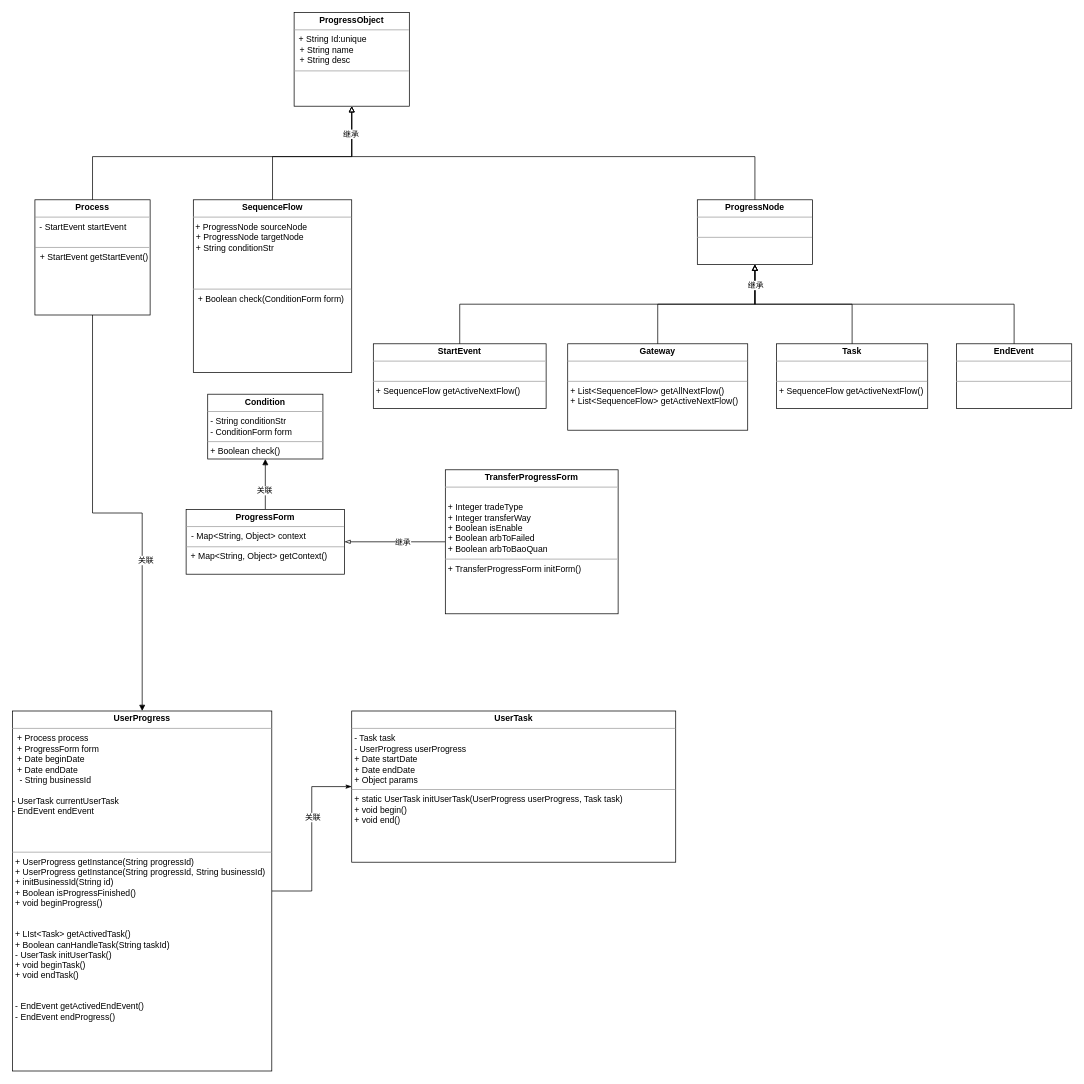
specialnote/diagrams keeps this draw.io diagram as 20221110-优信拍售后过户流程设计.drawio. Above is the earlier version. Source tidied: cells renumbered, new cells numbered last; positions are measured from the earlier drawing's top-left corner, leaving out a move shared by most shapes. Both pictures are drawn from the tidied source at 72%, with x=0, y=0 at pixel (12, 12).
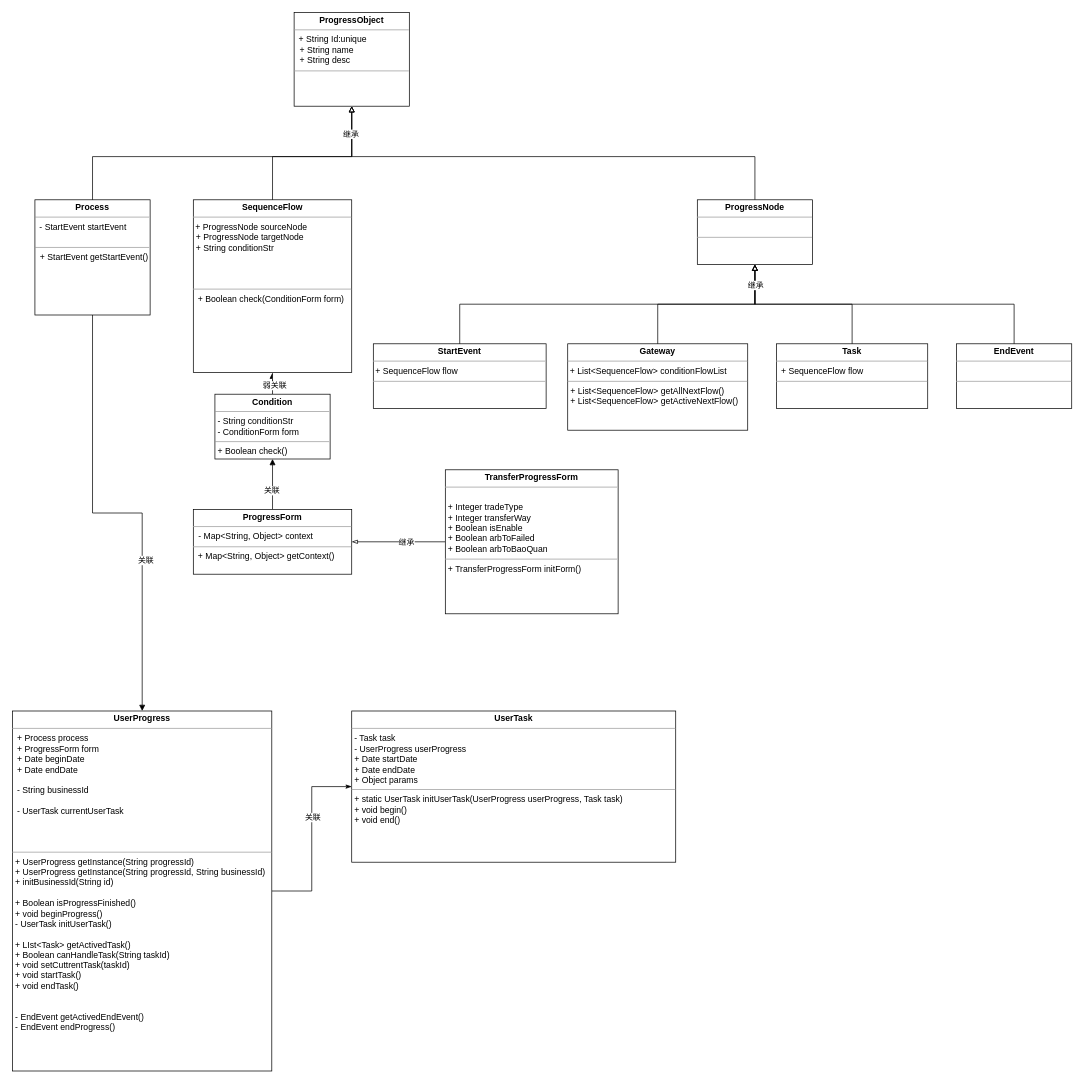
Above is the later version.

Commit message (it also covers changes not shown here):
Update 20221110-优信拍售后过户流程设计.drawio

The change refers to these unchanged cells:
```xml
<mxCell id="2" value="&lt;p style=&quot;margin:0px;margin-top:4px;text-align:center;&quot;&gt;&lt;b&gt;SequenceFlow&lt;/b&gt;&lt;br&gt;&lt;/p&gt;&lt;hr size=&quot;1&quot;&gt;&amp;nbsp;+ ProgressNode sourceNode&lt;p style=&quot;margin:0px;margin-left:4px;&quot;&gt;+ ProgressNode targetNode&lt;br&gt;+ String conditionStr&lt;br&gt;&lt;/p&gt;&lt;p style=&quot;margin:0px;margin-left:4px;&quot;&gt;&lt;br&gt;&lt;/p&gt;&lt;p style=&quot;margin:0px;margin-left:4px;&quot;&gt;&lt;br&gt;&lt;/p&gt;&lt;p style=&quot;margin:0px;margin-left:4px;&quot;&gt;&lt;br&gt;&lt;/p&gt;&lt;hr size=&quot;1&quot;&gt;&lt;div&gt;&amp;nbsp; + Boolean check(ConditionForm form)&lt;/div&gt;" style="verticalAlign=top;align=left;overflow=fill;fontSize=12;fontFamily=Helvetica;html=1;" parent="1" vertex="1">
  <mxGeometry x="251" y="260" width="220" height="240" as="geometry" />
</mxCell>
```

What changed in the source:
```diff
@@
+    <mxCell id="32" style="edgeStyle=orthogonalEdgeStyle;rounded=0;jettySize=auto;html=1;startArrow=none;startFill=0;endArrow=async;endFill=1;" parent="1" edge="1" source="5" target="2">
+      <mxGeometry relative="1" as="geometry" />
+    </mxCell>
+    <mxCell id="33" value="弱关联" style="edgeLabel;html=1;align=center;verticalAlign=middle;" parent="32" vertex="1">
+      <mxGeometry x="0.32" y="-2" relative="1" as="geometry" />
+    </mxCell>
     <mxCell id="5" value="&lt;p style=&quot;margin:0px;margin-top:4px;text-align:center;&quot;&gt;&lt;b&gt;Condition&lt;/b&gt;&lt;br&gt;&lt;/p&gt;&lt;hr size=&quot;1&quot;&gt;&lt;p style=&quot;margin:0px;margin-left:4px;&quot;&gt;- String conditionStr&lt;/p&gt;&lt;p style=&quot;margin:0px;margin-left:4px;&quot;&gt;- ConditionForm form&lt;br&gt;&lt;/p&gt;&lt;hr size=&quot;1&quot;&gt;&lt;p style=&quot;margin:0px;margin-left:4px;&quot;&gt;+ Boolean check()&lt;br&gt;&lt;/p&gt;" style="verticalAlign=top;align=left;overflow=fill;fontSize=12;fontFamily=Helvetica;html=1;" parent="1" vertex="1">
-      <mxGeometry x="271" y="530" width="160" height="90" as="geometry" />
+      <mxGeometry x="281" y="530" width="160" height="90" as="geometry" />
     </mxCell>
@@
-    <mxCell id="12" value="&lt;p style=&quot;margin:0px;margin-top:4px;text-align:center;&quot;&gt;&lt;b&gt;StartEvent&lt;/b&gt;&lt;br&gt;&lt;/p&gt;&lt;hr size=&quot;1&quot;&gt;&lt;br&gt;&lt;hr size=&quot;1&quot;&gt;&lt;p style=&quot;margin:0px;margin-left:4px;&quot;&gt;+ SequenceFlow getActiveNextFlow()&lt;/p&gt;" style="verticalAlign=top;align=left;overflow=fill;fontSize=12;fontFamily=Helvetica;html=1;" parent="1" vertex="1">
+    <mxCell id="12" value="&lt;p style=&quot;margin:0px;margin-top:4px;text-align:center;&quot;&gt;&lt;b&gt;StartEvent&lt;/b&gt;&lt;br&gt;&lt;/p&gt;&lt;hr size=&quot;1&quot;&gt;&amp;nbsp;+ SequenceFlow flow&lt;br&gt;&lt;hr size=&quot;1&quot;&gt;&lt;p style=&quot;margin:0px;margin-left:4px;&quot;&gt;&lt;br&gt;&lt;/p&gt;" style="verticalAlign=top;align=left;overflow=fill;fontSize=12;fontFamily=Helvetica;html=1;" parent="1" vertex="1">
       <mxGeometry x="501" y="460" width="240" height="90" as="geometry" />
     </mxCell>
@@
     <mxCell id="19" value="&lt;p style=&quot;margin:0px;margin-top:4px;text-align:center;&quot;&gt;&lt;b&gt;ProgressForm&lt;/b&gt;&lt;br&gt;&lt;/p&gt;&lt;hr size=&quot;1&quot;&gt;&lt;p style=&quot;margin:0px;margin-left:4px;&quot;&gt;&amp;nbsp;- Map&amp;lt;String, Object&amp;gt; context&lt;br&gt;&lt;/p&gt;&lt;hr size=&quot;1&quot;&gt;&amp;nbsp; + Map&amp;lt;String, Object&amp;gt; getContext()" style="verticalAlign=top;align=left;overflow=fill;fontSize=12;fontFamily=Helvetica;html=1;" parent="1" vertex="1">
-      <mxGeometry x="241" y="690" width="220" height="90" as="geometry" />
+      <mxGeometry x="251" y="690" width="220" height="90" as="geometry" />
     </mxCell>
@@
-    <mxCell id="22" value="&lt;p style=&quot;margin:0px;margin-top:4px;text-align:center;&quot;&gt;&lt;b&gt;UserProgress&lt;/b&gt;&lt;/p&gt;&lt;hr size=&quot;1&quot;&gt;&lt;div&gt;&amp;nbsp; + Process process&lt;br&gt;&amp;nbsp; + ProgressForm form&lt;br&gt;&amp;nbsp; + Date beginDate&lt;br&gt;&amp;nbsp; + Date endDate&lt;br&gt;&amp;nbsp;&amp;nbsp; - String businessId&lt;/div&gt;&lt;div&gt;&amp;nbsp; &lt;br&gt;&lt;/div&gt;&lt;div&gt;- UserTask currentUserTask&lt;/div&gt;&lt;div&gt;- EndEvent endEvent&lt;br&gt;&lt;/div&gt;&lt;div&gt;&amp;nbsp; &lt;br&gt;&lt;/div&gt;&lt;div&gt;&amp;nbsp; &lt;br&gt;&lt;/div&gt;&lt;p style=&quot;margin:0px;margin-left:8px;&quot;&gt;&lt;br&gt;&lt;/p&gt;&lt;hr size=&quot;1&quot;&gt;&lt;p style=&quot;margin:0px;margin-left:4px;&quot;&gt;+ UserProgress getInstance(String progressId)&lt;/p&gt;&lt;p style=&quot;margin:0px;margin-left:4px;&quot;&gt;+ UserProgress getInstance(String progressId, String businessId)&lt;/p&gt;&lt;p style=&quot;margin:0px;margin-left:4px;&quot;&gt;+ initBusinessId(String id)&lt;/p&gt;&lt;p style=&quot;margin:0px;margin-left:4px;&quot;&gt;+ Boolean isProgressFinished()&lt;br&gt;&lt;/p&gt;&lt;p style=&quot;margin:0px;margin-left:4px;&quot;&gt; + void beginProgress()&lt;/p&gt;&lt;p style=&quot;margin:0px;margin-left:4px;&quot;&gt;&lt;br&gt;&lt;/p&gt;&lt;p style=&quot;margin:0px;margin-left:4px;&quot;&gt;&lt;br&gt;&lt;/p&gt;&lt;p style=&quot;margin:0px;margin-left:4px;&quot;&gt;+ LIst&amp;lt;Task&amp;gt; getActivedTask()&lt;/p&gt;&lt;p style=&quot;margin:0px;margin-left:4px;&quot;&gt;+ Boolean canHandleTask(String taskId)&lt;/p&gt;&lt;p style=&quot;margin:0px;margin-left:4px;&quot;&gt;- UserTask initUserTask()&lt;br&gt;&lt;/p&gt;&lt;p style=&quot;margin:0px;margin-left:4px;&quot;&gt;&lt;/p&gt;&lt;p style=&quot;margin:0px;margin-left:4px;&quot;&gt;+ void beginTask()&lt;/p&gt;&lt;p style=&quot;margin:0px;margin-left:4px;&quot;&gt;+ void endTask()&lt;/p&gt;&lt;p style=&quot;margin:0px;margin-left:4px;&quot;&gt;&lt;br&gt;&lt;/p&gt;&lt;p style=&quot;margin:0px;margin-left:4px;&quot;&gt;&lt;br&gt;&lt;/p&gt;&lt;p style=&quot;margin:0px;margin-left:4px;&quot;&gt;- EndEvent getActivedEndEvent()&lt;/p&gt;&lt;p style=&quot;margin:0px;margin-left:4px;&quot;&gt;- EndEvent endProgress()&lt;/p&gt;" style="verticalAlign=top;align=left;overflow=fill;fontSize=12;fontFamily=Helvetica;html=1;" parent="1" vertex="1">
+    <mxCell id="22" value="&lt;p style=&quot;margin:0px;margin-top:4px;text-align:center;&quot;&gt;&lt;b&gt;UserProgress&lt;/b&gt;&lt;/p&gt;&lt;hr size=&quot;1&quot;&gt;&lt;div&gt;&amp;nbsp; + Process process&lt;br&gt;&amp;nbsp; + ProgressForm form&lt;br&gt;&amp;nbsp; + Date beginDate&lt;br&gt;&amp;nbsp; + Date endDate&lt;/div&gt;&lt;div&gt;&lt;br&gt;&lt;/div&gt;&lt;div&gt;&amp;nbsp; - String businessId&lt;/div&gt;&lt;div&gt;&amp;nbsp; &lt;br&gt;&lt;/div&gt;&lt;div&gt;&amp;nbsp; - UserTask currentUserTask&lt;/div&gt;&lt;div&gt;&amp;nbsp; &lt;br&gt;&lt;/div&gt;&lt;div&gt;&amp;nbsp; &lt;br&gt;&lt;/div&gt;&lt;p style=&quot;margin:0px;margin-left:8px;&quot;&gt;&lt;br&gt;&lt;/p&gt;&lt;hr size=&quot;1&quot;&gt;&lt;p style=&quot;margin:0px;margin-left:4px;&quot;&gt;+ UserProgress getInstance(String progressId)&lt;/p&gt;&lt;p style=&quot;margin:0px;margin-left:4px;&quot;&gt;+ UserProgress getInstance(String progressId, String businessId)&lt;/p&gt;&lt;p style=&quot;margin:0px;margin-left:4px;&quot;&gt;+ initBusinessId(String id)&lt;/p&gt;&lt;p style=&quot;margin:0px;margin-left:4px;&quot;&gt;&lt;br&gt;&lt;/p&gt;&lt;p style=&quot;margin:0px;margin-left:4px;&quot;&gt;+ Boolean isProgressFinished()&lt;br&gt;&lt;/p&gt;&lt;p style=&quot;margin:0px;margin-left:4px;&quot;&gt; + void beginProgress()&lt;/p&gt;&lt;p style=&quot;margin:0px;margin-left:4px;&quot;&gt;- UserTask initUserTask()&lt;/p&gt;&lt;p style=&quot;margin:0px;margin-left:4px;&quot;&gt;&lt;br&gt;&lt;/p&gt;&lt;p style=&quot;margin:0px;margin-left:4px;&quot;&gt;+ LIst&amp;lt;Task&amp;gt; getActivedTask()&lt;/p&gt;&lt;p style=&quot;margin:0px;margin-left:4px;&quot;&gt;+ Boolean canHandleTask(String taskId)&lt;br&gt;+ void setCuttrentTask(taskId)&lt;br&gt;&lt;/p&gt;&lt;p style=&quot;margin:0px;margin-left:4px;&quot;&gt;&lt;/p&gt;&lt;p style=&quot;margin:0px;margin-left:4px;&quot;&gt;+ void startTask()&lt;/p&gt;&lt;p style=&quot;margin:0px;margin-left:4px;&quot;&gt;+ void endTask()&lt;/p&gt;&lt;p style=&quot;margin:0px;margin-left:4px;&quot;&gt;&lt;br&gt;&lt;/p&gt;&lt;p style=&quot;margin:0px;margin-left:4px;&quot;&gt;&lt;br&gt;&lt;/p&gt;&lt;p style=&quot;margin:0px;margin-left:4px;&quot;&gt;- EndEvent getActivedEndEvent()&lt;/p&gt;&lt;p style=&quot;margin:0px;margin-left:4px;&quot;&gt;- EndEvent endProgress()&lt;/p&gt;" style="verticalAlign=top;align=left;overflow=fill;fontSize=12;fontFamily=Helvetica;html=1;" parent="1" vertex="1">
       <mxGeometry y="970" width="360" height="500" as="geometry" />
     </mxCell>
-    <mxCell id="23" value="&lt;p style=&quot;margin:0px;margin-top:4px;text-align:center;&quot;&gt;&lt;b&gt;Gateway&lt;/b&gt;&lt;br&gt;&lt;/p&gt;&lt;hr size=&quot;1&quot;&gt;&lt;br&gt;&lt;hr size=&quot;1&quot;&gt;&lt;p style=&quot;margin:0px;margin-left:4px;&quot;&gt;+ List&amp;lt;SequenceFlow&amp;gt; getAllNextFlow()&lt;br&gt;+ List&amp;lt;SequenceFlow&amp;gt; getActiveNextFlow()&lt;/p&gt;&lt;p style=&quot;margin:0px;margin-left:4px;&quot;&gt;&lt;br&gt;&lt;br&gt;&lt;/p&gt;&lt;p style=&quot;margin:0px;margin-left:4px;&quot;&gt;&lt;/p&gt;" style="verticalAlign=top;align=left;overflow=fill;fontSize=12;fontFamily=Helvetica;html=1;" parent="1" vertex="1">
+    <mxCell id="23" value="&lt;p style=&quot;margin:0px;margin-top:4px;text-align:center;&quot;&gt;&lt;b&gt;Gateway&lt;/b&gt;&lt;br&gt;&lt;/p&gt;&lt;hr size=&quot;1&quot;&gt;&lt;div&gt;&amp;nbsp;+ List&amp;lt;SequenceFlow&amp;gt; conditionFlowList&lt;/div&gt;&lt;hr size=&quot;1&quot;&gt;&lt;p style=&quot;margin:0px;margin-left:4px;&quot;&gt;+ List&amp;lt;SequenceFlow&amp;gt; getAllNextFlow()&lt;br&gt;+ List&amp;lt;SequenceFlow&amp;gt; getActiveNextFlow()&lt;/p&gt;&lt;p style=&quot;margin:0px;margin-left:4px;&quot;&gt;&lt;br&gt;&lt;br&gt;&lt;/p&gt;&lt;p style=&quot;margin:0px;margin-left:4px;&quot;&gt;&lt;/p&gt;" style="verticalAlign=top;align=left;overflow=fill;fontSize=12;fontFamily=Helvetica;html=1;" parent="1" vertex="1">
       <mxGeometry x="771" y="460" width="250" height="120" as="geometry" />
     </mxCell>
-    <mxCell id="24" value="&lt;p style=&quot;margin:0px;margin-top:4px;text-align:center;&quot;&gt;&lt;b&gt;Task&lt;/b&gt;&lt;br&gt;&lt;/p&gt;&lt;hr size=&quot;1&quot;&gt;&amp;nbsp; &lt;br&gt;&lt;hr size=&quot;1&quot;&gt;&lt;p style=&quot;margin:0px;margin-left:4px;&quot;&gt;+ SequenceFlow getActiveNextFlow()&lt;/p&gt;&lt;p style=&quot;margin:0px;margin-left:4px;&quot;&gt;&lt;/p&gt;" style="verticalAlign=top;align=left;overflow=fill;fontSize=12;fontFamily=Helvetica;html=1;" parent="1" vertex="1">
+    <mxCell id="24" value="&lt;p style=&quot;margin:0px;margin-top:4px;text-align:center;&quot;&gt;&lt;b&gt;Task&lt;/b&gt;&lt;br&gt;&lt;/p&gt;&lt;hr size=&quot;1&quot;&gt;&amp;nbsp; + SequenceFlow flow&lt;br&gt;&lt;hr size=&quot;1&quot;&gt;&lt;p style=&quot;margin:0px;margin-left:4px;&quot;&gt;&lt;br&gt;&lt;/p&gt;&lt;p style=&quot;margin:0px;margin-left:4px;&quot;&gt;&lt;/p&gt;" style="verticalAlign=top;align=left;overflow=fill;fontSize=12;fontFamily=Helvetica;html=1;" parent="1" vertex="1">
       <mxGeometry x="1061" y="460" width="210" height="90" as="geometry" />
     </mxCell>
```
